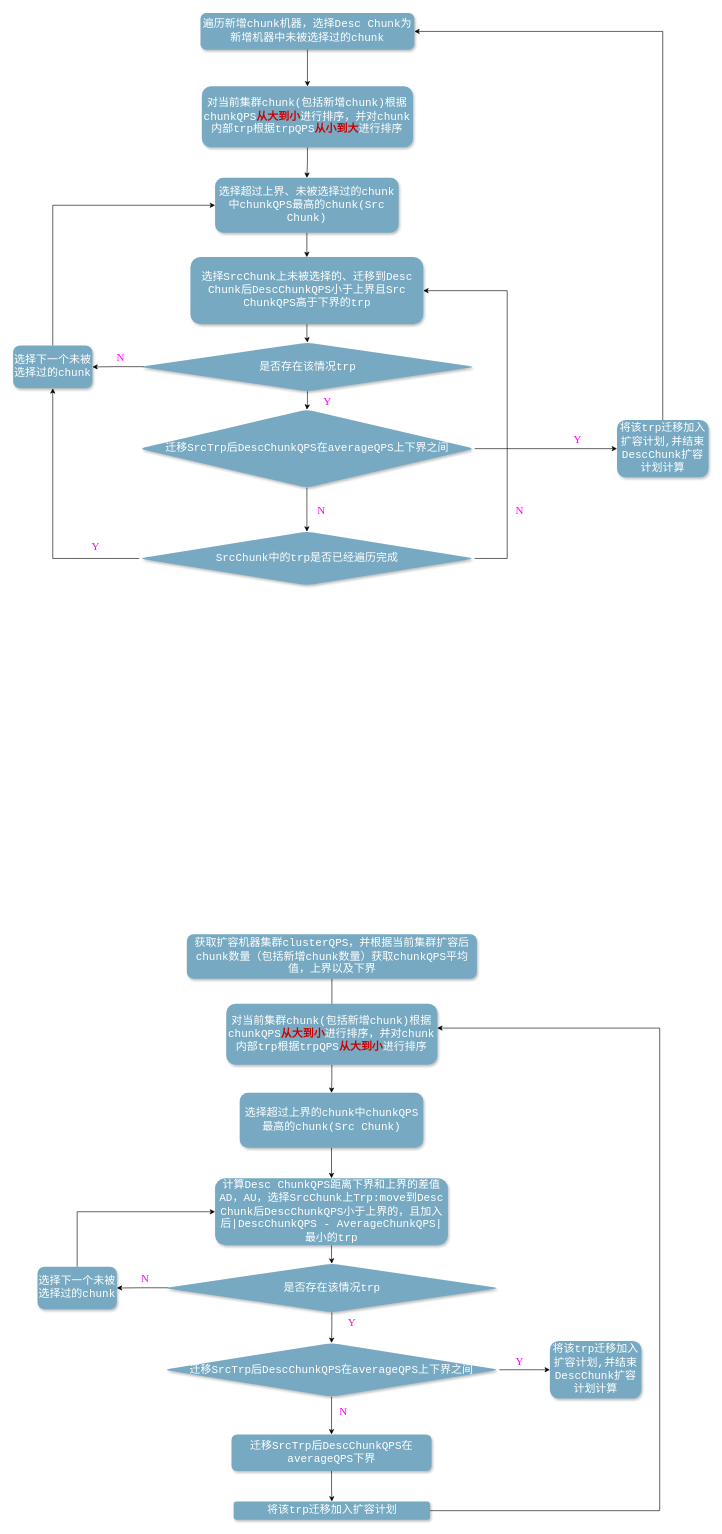
Earlier version of the draw.io diagram page "TRP扩容New" (4 of 15) of Untitled Diagram.drawio (SoraNimi/lbs-master). Source tidied: cells renumbered, new cells numbered last; positions are measured from the earlier drawing's top-left corner, leaving out a move shared by most shapes. Both pictures are drawn from the tidied source at 61%, with x=0, y=0 at pixel (13, 13).
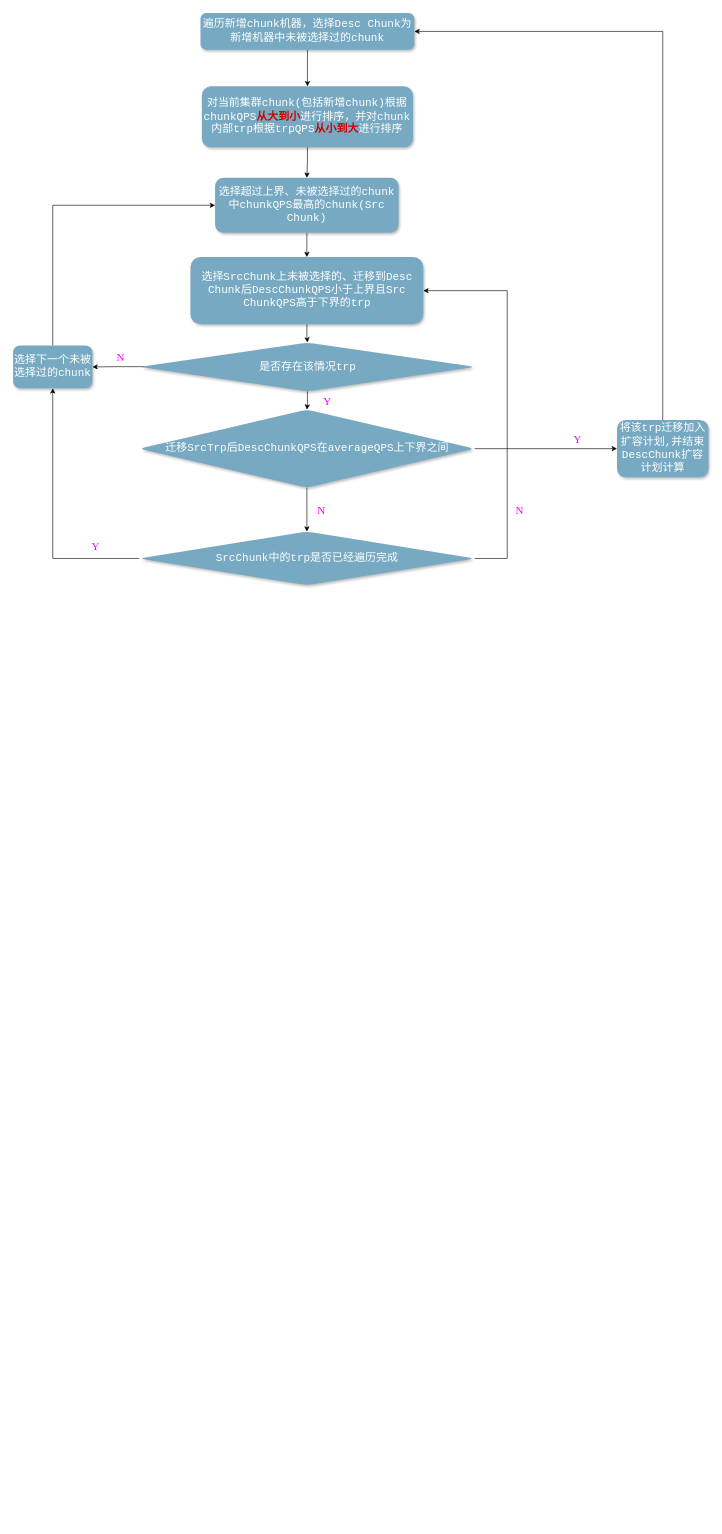
Above is the later version.

Change to the diagram source:
```diff
@@
-    <mxCell id="21" style="edgeStyle=orthogonalEdgeStyle;rounded=0;jettySize=auto;html=1;fontFamily=Times New Roman;fontSize=12;" parent="1" edge="1" source="22">
-      <mxGeometry relative="1" as="geometry">
-        <mxPoint x="523" y="1660" as="targetPoint" />
-      </mxGeometry>
-    </mxCell>
-    <mxCell id="22" value="&lt;font style=&quot;font-size: 18px&quot;&gt;获取扩容机器集群clusterQPS，并根据当前集群扩容后chunk数量（包括新增chunk数量）获取chunkQPS平均值，上界以及下界&lt;/font&gt;" style="rounded=1;whiteSpace=wrap;html=1;fillColor=#77aac2;strokeColor=none;shadow=1;glass=0;comic=0;gradientColor=none;fontFamily=Courier New;fontColor=#FFFFFF;" parent="1" vertex="1">
-      <mxGeometry x="284.8" y="1510" width="475.5" height="73" as="geometry" />
-    </mxCell>
-    <mxCell id="23" style="edgeStyle=orthogonalEdgeStyle;rounded=0;jettySize=auto;html=1;exitX=0.5;exitY=1;exitDx=0;exitDy=0;entryX=0.5;entryY=0;entryDx=0;entryDy=0;" parent="1" edge="1" source="24" target="39">
-      <mxGeometry relative="1" as="geometry" />
-    </mxCell>
-    <mxCell id="24" value="&lt;span style=&quot;font-size: 18px&quot;&gt;对当前集群chunk(包括新增chunk)根据chunkQPS&lt;/span&gt;&lt;b style=&quot;font-size: 18px&quot;&gt;&lt;font color=&quot;#cc0000&quot;&gt;从大到小&lt;/font&gt;&lt;/b&gt;&lt;span style=&quot;font-size: 18px&quot;&gt;进行排序，并对chunk内部trp根据trpQPS&lt;/span&gt;&lt;font color=&quot;#cc0000&quot; style=&quot;font-size: 18px&quot;&gt;&lt;b&gt;从大到小&lt;/b&gt;&lt;/font&gt;&lt;span style=&quot;font-size: 18px&quot;&gt;进行排序&lt;/span&gt;" style="rounded=1;whiteSpace=wrap;html=1;fillColor=#77aac2;strokeColor=none;shadow=1;glass=0;comic=0;gradientColor=none;fontFamily=Courier New;fontColor=#FFFFFF;" parent="1" vertex="1">
-      <mxGeometry x="349.4" y="1624" width="346.2" height="100" as="geometry" />
-    </mxCell>
-    <mxCell id="25" style="edgeStyle=orthogonalEdgeStyle;rounded=0;jettySize=auto;html=1;fontFamily=Times New Roman;fontSize=12;" parent="1" edge="1" source="26" target="29">
-      <mxGeometry relative="1" as="geometry" />
-    </mxCell>
-    <mxCell id="26" value="&lt;font style=&quot;font-size: 18px&quot;&gt;计算Desc ChunkQPS距离下界和上界的差值AD，AU，选择SrcChunk上Trp:move到Desc Chunk后DescChunkQPS小于上界的，且加入后|DescChunkQPS - AverageChunkQPS|最小的trp&lt;/font&gt;" style="rounded=1;whiteSpace=wrap;html=1;fillColor=#77aac2;strokeColor=none;shadow=1;glass=0;comic=0;gradientColor=none;fontFamily=Courier New;fontColor=#FFFFFF;" parent="1" vertex="1">
-      <mxGeometry x="331.1" y="1910" width="381.7" height="110" as="geometry" />
-    </mxCell>
-    <mxCell id="27" style="edgeStyle=orthogonalEdgeStyle;rounded=0;jettySize=auto;html=1;fontFamily=Times New Roman;fontSize=12;" parent="1" edge="1" source="29" target="33">
-      <mxGeometry relative="1" as="geometry" />
-    </mxCell>
-    <mxCell id="28" style="edgeStyle=orthogonalEdgeStyle;rounded=0;jettySize=auto;html=1;fontFamily=Times New Roman;fontSize=12;exitX=0.014;exitY=0.495;exitDx=0;exitDy=0;exitPerimeter=0;" parent="1" edge="1" source="29" target="35">
-      <mxGeometry relative="1" as="geometry" />
-    </mxCell>
-    <mxCell id="29" value="&lt;span style=&quot;font-size: 18px&quot;&gt;是否存在该情况trp&lt;/span&gt;" style="rhombus;whiteSpace=wrap;html=1;fontFamily=Courier New;fillColor=#77aac2;strokeColor=none;fontColor=#FFFFFF;rounded=1;shadow=1;glass=0;comic=0;gradientColor=none;" parent="1" vertex="1">
-      <mxGeometry x="247.5" y="2050" width="550" height="80" as="geometry" />
-    </mxCell>
-    <mxCell id="30" style="edgeStyle=orthogonalEdgeStyle;rounded=0;jettySize=auto;html=1;exitX=1;exitY=0.5;exitDx=0;exitDy=0;entryX=0;entryY=0.5;entryDx=0;entryDy=0;" parent="1" edge="1" source="33" target="37">
-      <mxGeometry relative="1" as="geometry" />
-    </mxCell>
-    <mxCell id="31" style="edgeStyle=orthogonalEdgeStyle;rounded=0;jettySize=auto;html=1;fontFamily=Times New Roman;fontSize=18;fontColor=#FF00FF;" parent="1" edge="1" source="33" target="41">
-      <mxGeometry relative="1" as="geometry" />
-    </mxCell>
-    <mxCell id="32" value="N" style="edgeLabel;html=1;align=center;verticalAlign=middle;fontSize=18;fontFamily=Times New Roman;fontColor=#FF00FF;" parent="31" vertex="1">
-      <mxGeometry x="-0.21" relative="1" as="geometry">
-        <mxPoint x="18" as="offset" />
-      </mxGeometry>
-    </mxCell>
-    <mxCell id="33" value="&lt;font style=&quot;font-size: 18px&quot;&gt;迁移SrcTrp后DescChunkQPS在averageQPS上下界之间&lt;/font&gt;" style="rhombus;whiteSpace=wrap;html=1;fontFamily=Courier New;fillColor=#77aac2;strokeColor=none;fontColor=#FFFFFF;rounded=1;shadow=1;glass=0;comic=0;gradientColor=none;" parent="1" vertex="1">
-      <mxGeometry x="247" y="2180" width="550" height="88" as="geometry" />
-    </mxCell>
-    <mxCell id="34" style="edgeStyle=orthogonalEdgeStyle;rounded=0;jettySize=auto;html=1;exitX=0.5;exitY=0;exitDx=0;exitDy=0;entryX=0;entryY=0.5;entryDx=0;entryDy=0;fontFamily=Times New Roman;fontSize=18;fontColor=#FF00FF;" parent="1" edge="1" source="35" target="26">
-      <mxGeometry relative="1" as="geometry" />
-    </mxCell>
-    <mxCell id="35" value="&lt;font style=&quot;font-size: 18px&quot;&gt;选择下一个未被选择过的chunk&lt;/font&gt;" style="whiteSpace=wrap;html=1;fontFamily=Courier New;fillColor=#77aac2;strokeColor=none;fontColor=#FFFFFF;rounded=1;shadow=1;glass=0;comic=0;gradientColor=none;arcSize=16;" parent="1" vertex="1">
-      <mxGeometry x="40" y="2055" width="130" height="70" as="geometry" />
-    </mxCell>
-    <mxCell id="36" value="&lt;font style=&quot;font-size: 18px&quot; color=&quot;#ff00ff&quot;&gt;Y&lt;/font&gt;" style="text;html=1;align=center;verticalAlign=middle;strokeColor=none;fillColor=none;fontSize=12;fontFamily=Times New Roman;" parent="1" vertex="1">
-      <mxGeometry x="540" y="2137" width="30" height="20" as="geometry" />
-    </mxCell>
-    <mxCell id="37" value="&lt;span&gt;&lt;font style=&quot;font-size: 18px&quot;&gt;将该trp迁移加入扩容计划,并结束DescChunk扩容计划计算&lt;/font&gt;&lt;/span&gt;" style="whiteSpace=wrap;html=1;fontFamily=Courier New;fillColor=#77aac2;strokeColor=none;fontColor=#FFFFFF;rounded=1;shadow=1;glass=0;comic=0;gradientColor=none;" parent="1" vertex="1">
-      <mxGeometry x="880" y="2177" width="150" height="94" as="geometry" />
-    </mxCell>
-    <mxCell id="38" style="edgeStyle=orthogonalEdgeStyle;rounded=0;jettySize=auto;html=1;exitX=0.5;exitY=1;exitDx=0;exitDy=0;entryX=0.5;entryY=0;entryDx=0;entryDy=0;" parent="1" edge="1" source="39" target="26">
-      <mxGeometry relative="1" as="geometry" />
-    </mxCell>
-    <mxCell id="39" value="&lt;span style=&quot;font-size: 18px&quot;&gt;选择超过上界的chunk中chunkQPS最高的chunk(Src Chunk)&lt;/span&gt;" style="rounded=1;whiteSpace=wrap;html=1;fillColor=#77aac2;strokeColor=none;shadow=1;glass=0;comic=0;gradientColor=none;fontFamily=Courier New;fontColor=#FFFFFF;" parent="1" vertex="1">
-      <mxGeometry x="371.5" y="1770" width="300.9" height="90" as="geometry" />
-    </mxCell>
-    <mxCell id="40" style="edgeStyle=orthogonalEdgeStyle;rounded=0;jettySize=auto;html=1;fontFamily=Times New Roman;fontSize=18;fontColor=#FF00FF;" parent="1" edge="1" source="41" target="45">
-      <mxGeometry relative="1" as="geometry" />
-    </mxCell>
-    <mxCell id="41" value="&lt;span style=&quot;font-size: 18px&quot;&gt;迁移SrcTrp后DescChunkQPS在averageQPS下界&lt;/span&gt;" style="whiteSpace=wrap;html=1;fontFamily=Courier New;fillColor=#77aac2;strokeColor=none;fontColor=#FFFFFF;rounded=1;shadow=1;glass=0;comic=0;gradientColor=none;" parent="1" vertex="1">
-      <mxGeometry x="358" y="2330" width="328" height="60" as="geometry" />
-    </mxCell>
-    <mxCell id="42" value="Y" style="text;html=1;align=center;verticalAlign=middle;strokeColor=none;fillColor=none;fontSize=18;fontFamily=Times New Roman;fontColor=#FF00FF;" parent="1" vertex="1">
-      <mxGeometry x="815" y="2195" width="30" height="30" as="geometry" />
-    </mxCell>
-    <mxCell id="43" value="N" style="edgeLabel;html=1;align=center;verticalAlign=middle;fontSize=18;fontFamily=Times New Roman;fontColor=#FF00FF;" parent="1" vertex="1">
-      <mxGeometry x="340" y="2120" as="geometry">
-        <mxPoint x="-125" y="-46" as="offset" />
-      </mxGeometry>
-    </mxCell>
-    <mxCell id="44" style="edgeStyle=orthogonalEdgeStyle;rounded=0;jettySize=auto;html=1;exitX=1;exitY=0.5;exitDx=0;exitDy=0;entryX=0.999;entryY=0.399;entryDx=0;entryDy=0;entryPerimeter=0;fontFamily=Times New Roman;fontSize=18;fontColor=#FF00FF;" parent="1" edge="1" source="45" target="24">
-      <mxGeometry relative="1" as="geometry">
-        <Array as="points">
-          <mxPoint x="1060" y="2455" />
-          <mxPoint x="1060" y="1664" />
-        </Array>
-      </mxGeometry>
-    </mxCell>
-    <mxCell id="45" value="&lt;span style=&quot;font-size: 18px&quot;&gt;将该trp迁移加入扩容计划&lt;/span&gt;" style="whiteSpace=wrap;html=1;fontFamily=Courier New;fillColor=#77aac2;strokeColor=none;fontColor=#FFFFFF;rounded=1;shadow=1;glass=0;comic=0;gradientColor=none;" parent="1" vertex="1">
-      <mxGeometry x="361.5" y="2440" width="322" height="30" as="geometry" />
-    </mxCell>
```
